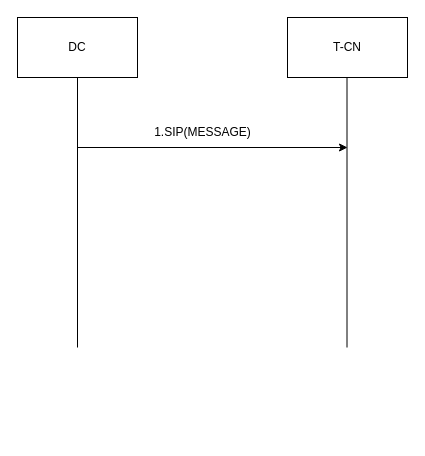
The draw.io diagram ids/动态重组.drawio in flyaonj/flowchart, before the edit. Source tidied: cells renumbered, new cells numbered last; positions are measured from the earlier drawing's top-left corner, leaving out a move shared by most shapes. Both pictures are drawn from the tidied source at 100%, with x=0, y=0 at pixel (17, 17).
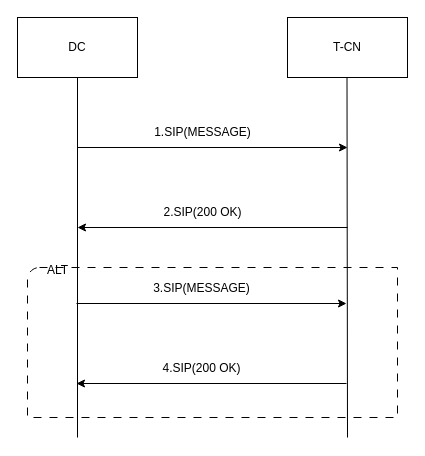
Above is the later version.

Commit message:
更新动态重组.drawio

Unchanged cells that the change refers to:
```xml
<mxCell id="2" value="DC" style="rounded=0;whiteSpace=wrap;html=1;" parent="1" vertex="1">
  <mxGeometry width="120" height="60" as="geometry" />
</mxCell>
```

The edit, as a diff of the source:
```diff
@@
+    <mxCell id="8" style="verticalLabelPosition=bottom;verticalAlign=top;html=1;shape=mxgraph.basic.corner_round_rect;dx=6;whiteSpace=wrap;dashed=1;dashPattern=8 8;" parent="1" vertex="1">
+      <mxGeometry x="10" y="250" width="370" height="150" as="geometry" />
+    </mxCell>
@@
     <mxCell id="4" style="edgeStyle=none;jettySize=auto;html=1;rounded=0;exitX=0.5;exitY=1;exitDx=0;exitDy=0;endArrow=none;startFill=0;" parent="1" edge="1" source="2">
       <mxGeometry relative="1" as="geometry">
-        <mxPoint x="60" y="330" as="targetPoint" />
+        <mxPoint x="60" y="420" as="targetPoint" />
       </mxGeometry>
     </mxCell>
     <mxCell id="5" style="edgeStyle=none;orthogonalLoop=1;jettySize=auto;html=1;rounded=0;exitX=0.5;exitY=1;exitDx=0;exitDy=0;endArrow=none;startFill=0;" parent="1" edge="1">
       <mxGeometry relative="1" as="geometry">
         <mxPoint x="329.5" y="60" as="sourcePoint" />
-        <mxPoint x="329.5" y="330" as="targetPoint" />
+        <mxPoint x="330" y="420" as="targetPoint" />
       </mxGeometry>
     </mxCell>
@@
+    <mxCell id="9" style="endArrow=classic;html=1;rounded=0;startFill=0;endFill=1;" parent="1" edge="1">
+      <mxGeometry relative="1" as="geometry">
+        <mxPoint x="330" y="210" as="sourcePoint" />
+        <mxPoint x="60" y="210" as="targetPoint" />
+      </mxGeometry>
+    </mxCell>
+    <mxCell id="10" value="2.SIP(200 OK)" style="text;html=1;align=center;verticalAlign=middle;strokeColor=none;fillColor=none;" parent="1" vertex="1">
+      <mxGeometry x="135" y="180" width="100" height="30" as="geometry" />
+    </mxCell>
+    <mxCell id="11" style="endArrow=classic;html=1;rounded=0;" parent="1" edge="1">
+      <mxGeometry relative="1" as="geometry">
+        <mxPoint x="59" y="286" as="sourcePoint" />
+        <mxPoint x="329" y="286" as="targetPoint" />
+      </mxGeometry>
+    </mxCell>
+    <mxCell id="12" value="3.SIP(MESSAGE)" style="text;html=1;align=center;verticalAlign=middle;strokeColor=none;fillColor=none;" parent="1" vertex="1">
+      <mxGeometry x="124" y="256" width="120" height="30" as="geometry" />
+    </mxCell>
+    <mxCell id="13" style="endArrow=classic;html=1;rounded=0;startFill=0;endFill=1;" parent="1" edge="1">
+      <mxGeometry relative="1" as="geometry">
+        <mxPoint x="329" y="366" as="sourcePoint" />
+        <mxPoint x="59" y="366" as="targetPoint" />
+      </mxGeometry>
+    </mxCell>
+    <mxCell id="14" value="4.SIP(200 OK)" style="text;html=1;align=center;verticalAlign=middle;strokeColor=none;fillColor=none;" parent="1" vertex="1">
+      <mxGeometry x="134" y="336" width="100" height="30" as="geometry" />
+    </mxCell>
+    <mxCell id="15" value="ALT" style="text;html=1;align=center;verticalAlign=middle;strokeColor=none;fillColor=none;" parent="1" vertex="1">
+      <mxGeometry x="20" y="238" width="40" height="30" as="geometry" />
+    </mxCell>
```
